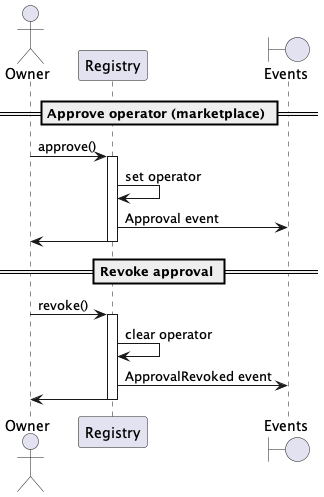
This is docs/sequence-diagrams/puml/approve-revoke-operator.png from make-software/cspr-name-contracts, a PlantUML export, as it was before one commit.
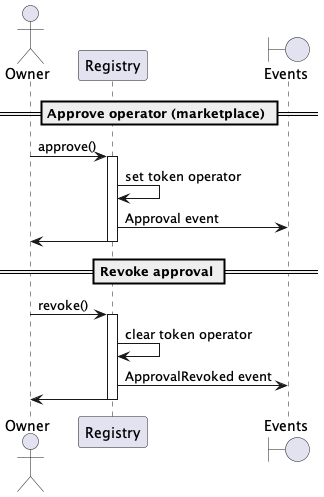
The same file after the commit.

What changed in the source:
```diff
@@ -8,7 +8,7 @@
 
 Owner -> Registry: approve()
 activate Registry
-Registry -> Registry: set operator
+Registry -> Registry: set token operator
 Registry -> "Events": Approval event
 Registry -> Owner
 deactivate Registry
@@ -17,7 +17,7 @@
 
 Owner -> Registry: revoke()
 activate Registry
-Registry -> Registry: clear operator
+Registry -> Registry: clear token operator
 Registry -> "Events": ApprovalRevoked event
 Registry -> Owner
 deactivate Registry
```
